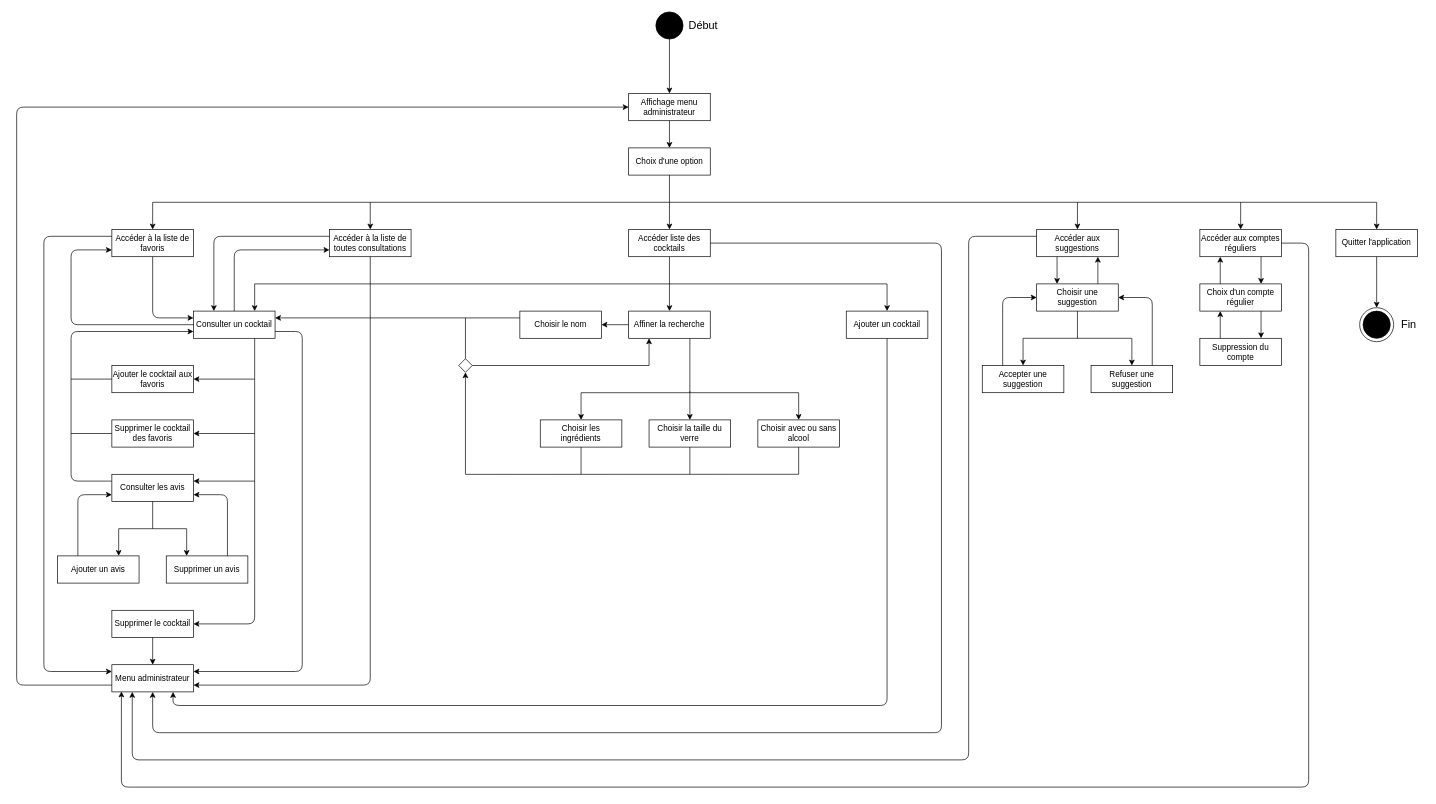
The draw.io diagram Diagramme d'état du menu administrateur.drawio in wahib299/ProjetInfo2A, before the edit. Source tidied: cells renumbered, new cells numbered last; positions are measured from the earlier drawing's top-left corner, leaving out a move shared by most shapes. Both pictures are drawn from the tidied source at 68%, with x=0, y=0 at pixel (16, 12).
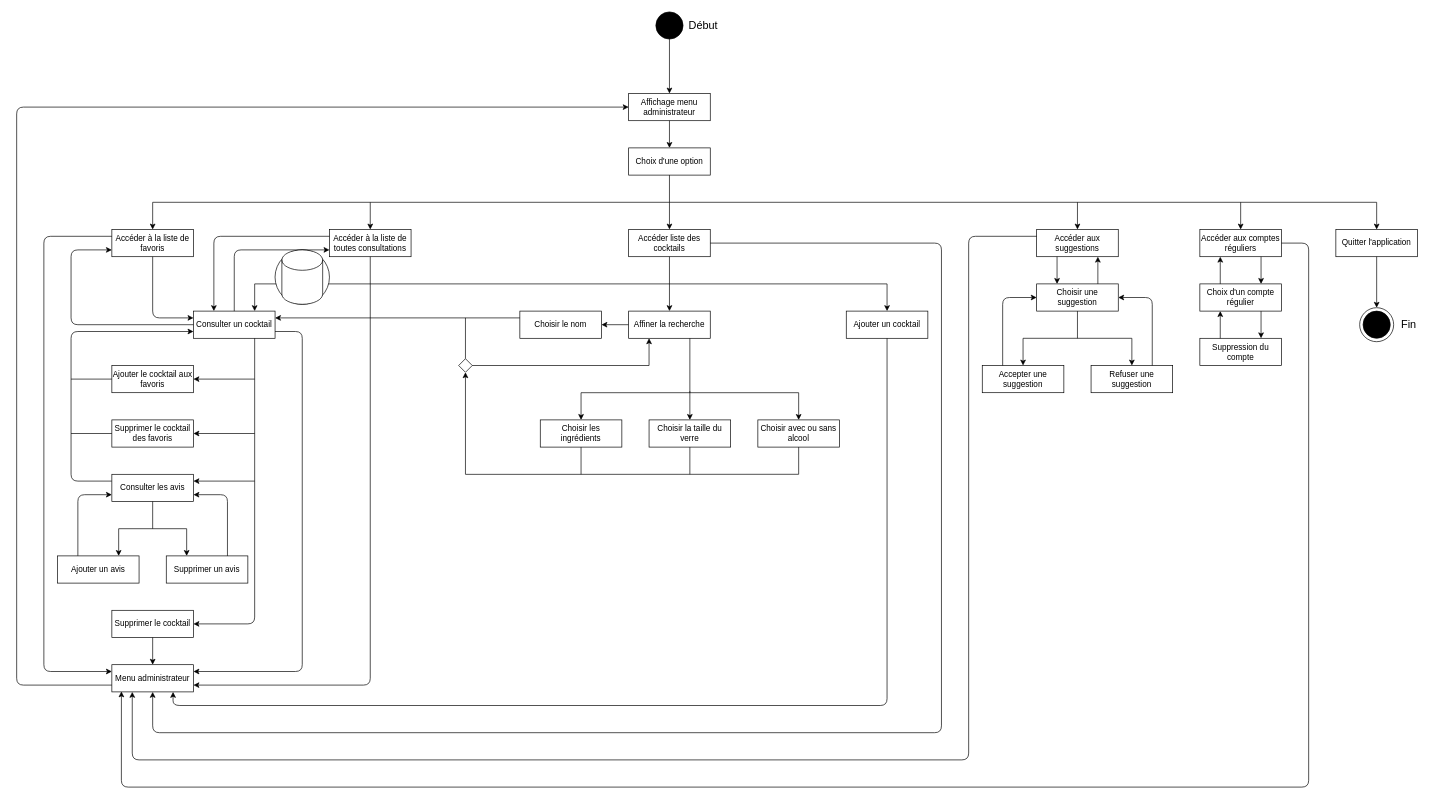
After the change.

What changed in the source:
```diff
@@
+    <mxCell id="104" style="ellipse;whiteSpace=wrap;html=1;" parent="1" vertex="1">
+      <mxGeometry x="380" y="350" width="80" height="80" as="geometry" />
+    </mxCell>
+    <mxCell id="105" style="shape=cylinder3;whiteSpace=wrap;html=1;boundedLbl=1;backgroundOutline=1;size=15;" parent="1" vertex="1">
+      <mxGeometry x="390" y="350" width="60" height="80" as="geometry" />
+    </mxCell>
```
